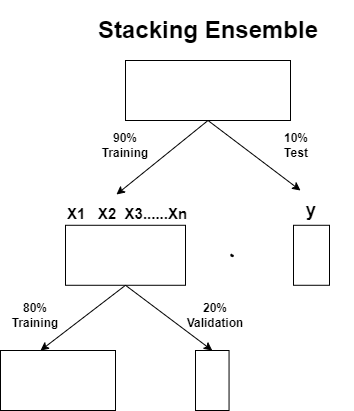
Above: Working of Manual Stacking Ensemble.drawio.png in PBPatil/Stacking_ensemble (draw.io), before the change. Source tidied: cells renumbered, new cells last; positions are measured from the earlier drawing's top-left corner, leaving out a move shared by most shapes.
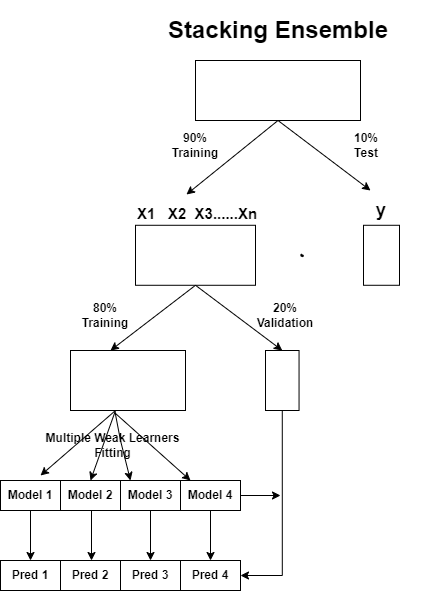
After the change.

What changed in the source:
```diff
@@ -2,6 +2,31 @@
   <root>
     <mxCell id="0" />
     <mxCell id="1" parent="0" />
+    <mxCell id="19" style="endArrow=classic;html=1;rounded=0;exitX=0.5;exitY=1;exitDx=0;exitDy=0;" parent="1" edge="1">
+      <mxGeometry relative="1" as="geometry">
+        <mxPoint x="45" y="390" as="sourcePoint" />
+        <mxPoint x="-30" y="455" as="targetPoint" />
+      </mxGeometry>
+    </mxCell>
+    <mxCell id="20" style="endArrow=classic;html=1;rounded=0;exitX=0.5;exitY=1;exitDx=0;exitDy=0;" parent="1" edge="1">
+      <mxGeometry relative="1" as="geometry">
+        <mxPoint x="45" y="390" as="sourcePoint" />
+        <mxPoint x="20" y="460" as="targetPoint" />
+      </mxGeometry>
+    </mxCell>
+    <mxCell id="21" style="endArrow=classic;html=1;rounded=0;exitX=0.388;exitY=1.033;exitDx=0;exitDy=0;exitPerimeter=0;" parent="1" edge="1" source="13">
+      <mxGeometry relative="1" as="geometry">
+        <mxPoint x="60" y="460" as="targetPoint" />
+        <Array as="points">
+          <mxPoint x="50" y="420" />
+        </Array>
+      </mxGeometry>
+    </mxCell>
+    <mxCell id="22" style="endArrow=classic;html=1;rounded=0;exitX=0.388;exitY=1.044;exitDx=0;exitDy=0;exitPerimeter=0;" parent="1" edge="1" source="13">
+      <mxGeometry relative="1" as="geometry">
+        <mxPoint x="120" y="460" as="targetPoint" />
+      </mxGeometry>
+    </mxCell>
     <mxCell id="2" style="rounded=0;whiteSpace=wrap;html=1;" parent="1" vertex="1">
       <mxGeometry x="65" y="204.8" width="120" height="60" as="geometry" />
     </mxCell>
@@ -40,6 +65,9 @@
     <mxCell id="13" style="rounded=0;whiteSpace=wrap;html=1;" parent="1" vertex="1">
       <mxGeometry y="330" width="115" height="60" as="geometry" />
     </mxCell>
+    <mxCell id="23" style="edgeStyle=orthogonalEdgeStyle;rounded=0;jettySize=auto;html=1;exitX=0.5;exitY=1;exitDx=0;exitDy=0;entryX=1;entryY=0.5;entryDx=0;entryDy=0;" parent="1" edge="1" source="14" target="34">
+      <mxGeometry relative="1" as="geometry" />
+    </mxCell>
     <mxCell id="14" style="rounded=0;whiteSpace=wrap;html=1;" parent="1" vertex="1">
       <mxGeometry x="195" y="330" width="33.5" height="60" as="geometry" />
     </mxCell>
@@ -57,5 +85,52 @@
     <mxCell id="18" value="&lt;b&gt;&lt;font style=&quot;font-size: 12px;&quot;&gt;20%&lt;br&gt;Validation&lt;br&gt;&lt;/font&gt;&lt;/b&gt;" style="text;strokeColor=none;align=center;fillColor=none;html=1;verticalAlign=middle;whiteSpace=wrap;rounded=0;" parent="1" vertex="1">
       <mxGeometry x="185" y="280" width="60" height="30" as="geometry" />
     </mxCell>
+    <mxCell id="24" style="edgeStyle=orthogonalEdgeStyle;rounded=0;jettySize=auto;html=1;exitX=0.5;exitY=1;exitDx=0;exitDy=0;entryX=0.5;entryY=0;entryDx=0;entryDy=0;" parent="1" edge="1" source="25" target="31">
+      <mxGeometry relative="1" as="geometry" />
+    </mxCell>
+    <mxCell id="25" value="&lt;b&gt;&lt;font style=&quot;font-size: 12px;&quot;&gt;Model 1&lt;br&gt;&lt;/font&gt;&lt;/b&gt;" style="text;strokeColor=default;align=center;fillColor=none;html=1;verticalAlign=middle;whiteSpace=wrap;rounded=0;" parent="1" vertex="1">
+      <mxGeometry x="-70" y="460" width="60" height="30" as="geometry" />
+    </mxCell>
+    <mxCell id="26" value="&lt;b&gt;&lt;font style=&quot;font-size: 12px;&quot;&gt;Model 2&lt;br&gt;&lt;/font&gt;&lt;/b&gt;" style="text;strokeColor=default;align=center;fillColor=none;html=1;verticalAlign=middle;whiteSpace=wrap;rounded=0;" parent="1" vertex="1">
+      <mxGeometry x="-10" y="460" width="60" height="30" as="geometry" />
+    </mxCell>
+    <mxCell id="27" value="&lt;b&gt;&lt;font style=&quot;font-size: 12px;&quot;&gt;Model 3&lt;br&gt;&lt;/font&gt;&lt;/b&gt;" style="text;strokeColor=default;align=center;fillColor=none;html=1;verticalAlign=middle;whiteSpace=wrap;rounded=0;" parent="1" vertex="1">
+      <mxGeometry x="50" y="460" width="60" height="30" as="geometry" />
+    </mxCell>
+    <mxCell id="28" style="edgeStyle=orthogonalEdgeStyle;rounded=0;jettySize=auto;html=1;exitX=0.5;exitY=1;exitDx=0;exitDy=0;entryX=0.5;entryY=0;entryDx=0;entryDy=0;" parent="1" edge="1" source="30" target="34">
+      <mxGeometry relative="1" as="geometry" />
+    </mxCell>
+    <mxCell id="29" style="edgeStyle=orthogonalEdgeStyle;rounded=0;jettySize=auto;html=1;exitX=1;exitY=0.5;exitDx=0;exitDy=0;" parent="1" edge="1" source="30">
+      <mxGeometry relative="1" as="geometry">
+        <mxPoint x="210" y="475" as="targetPoint" />
+      </mxGeometry>
+    </mxCell>
+    <mxCell id="30" value="&lt;b&gt;&lt;font style=&quot;font-size: 12px;&quot;&gt;Model 4&lt;br&gt;&lt;/font&gt;&lt;/b&gt;" style="text;strokeColor=default;align=center;fillColor=none;html=1;verticalAlign=middle;whiteSpace=wrap;rounded=0;" parent="1" vertex="1">
+      <mxGeometry x="110" y="460" width="60" height="30" as="geometry" />
+    </mxCell>
+    <mxCell id="31" value="&lt;b&gt;&lt;font style=&quot;font-size: 12px;&quot;&gt;Pred 1&lt;br&gt;&lt;/font&gt;&lt;/b&gt;" style="text;strokeColor=default;align=center;fillColor=none;html=1;verticalAlign=middle;whiteSpace=wrap;rounded=0;" parent="1" vertex="1">
+      <mxGeometry x="-70" y="540" width="60" height="30" as="geometry" />
+    </mxCell>
+    <mxCell id="32" value="&lt;b&gt;&lt;font style=&quot;font-size: 12px;&quot;&gt;Pred&amp;nbsp;2&lt;br&gt;&lt;/font&gt;&lt;/b&gt;" style="text;strokeColor=default;align=center;fillColor=none;html=1;verticalAlign=middle;whiteSpace=wrap;rounded=0;" parent="1" vertex="1">
+      <mxGeometry x="-10" y="540" width="60" height="30" as="geometry" />
+    </mxCell>
+    <mxCell id="33" value="&lt;b&gt;&lt;font style=&quot;font-size: 12px;&quot;&gt;Pred 3&lt;br&gt;&lt;/font&gt;&lt;/b&gt;" style="text;strokeColor=default;align=center;fillColor=none;html=1;verticalAlign=middle;whiteSpace=wrap;rounded=0;" parent="1" vertex="1">
+      <mxGeometry x="50" y="540" width="60" height="30" as="geometry" />
+    </mxCell>
+    <mxCell id="34" value="&lt;b&gt;&lt;font style=&quot;font-size: 12px;&quot;&gt;Pred 4&lt;br&gt;&lt;/font&gt;&lt;/b&gt;" style="text;strokeColor=default;align=center;fillColor=none;html=1;verticalAlign=middle;whiteSpace=wrap;rounded=0;" parent="1" vertex="1">
+      <mxGeometry x="110" y="540" width="60" height="30" as="geometry" />
+    </mxCell>
+    <mxCell id="35" style="edgeStyle=orthogonalEdgeStyle;rounded=0;orthogonalLoop=1;jettySize=auto;html=1;exitX=0.5;exitY=1;exitDx=0;exitDy=0;entryX=0.5;entryY=0;entryDx=0;entryDy=0;" parent="1" edge="1">
+      <mxGeometry relative="1" as="geometry">
+        <mxPoint x="21" y="490" as="sourcePoint" />
+        <mxPoint x="21" y="540" as="targetPoint" />
+      </mxGeometry>
+    </mxCell>
+    <mxCell id="36" style="edgeStyle=orthogonalEdgeStyle;rounded=0;jettySize=auto;html=1;exitX=0.5;exitY=1;exitDx=0;exitDy=0;entryX=0.5;entryY=0;entryDx=0;entryDy=0;" parent="1" edge="1" source="27" target="33">
+      <mxGeometry relative="1" as="geometry" />
+    </mxCell>
+    <mxCell id="37" value="&lt;b&gt;&lt;font style=&quot;font-size: 12px;&quot;&gt;Multiple Weak Learners Fitting&lt;/font&gt;&lt;/b&gt;" style="text;strokeColor=none;align=center;fillColor=none;html=1;verticalAlign=middle;whiteSpace=wrap;rounded=0;" parent="1" vertex="1">
+      <mxGeometry x="-30" y="410" width="145" height="30" as="geometry" />
+    </mxCell>
   </root>
 </mxGraphModel>
```
